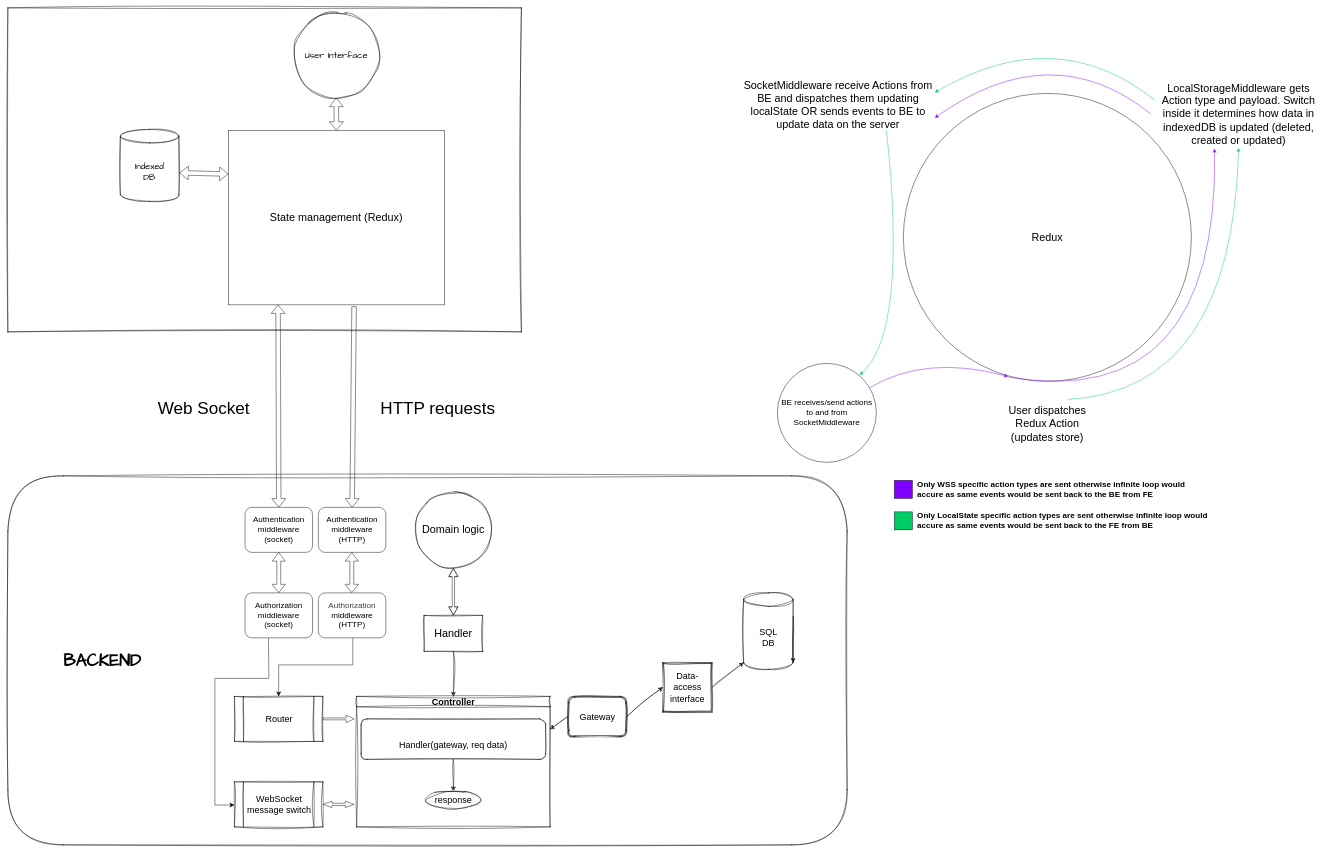
Before: structure.drawio in Jovarasleo/TaskEm, a draw.io diagram. Source tidied: cells renumbered, new cells numbered last; positions are measured from the earlier drawing's top-left corner, leaving out a move shared by most shapes. Both pictures are drawn from the tidied source at 45%, with x=0, y=0 at pixel (8, 8).
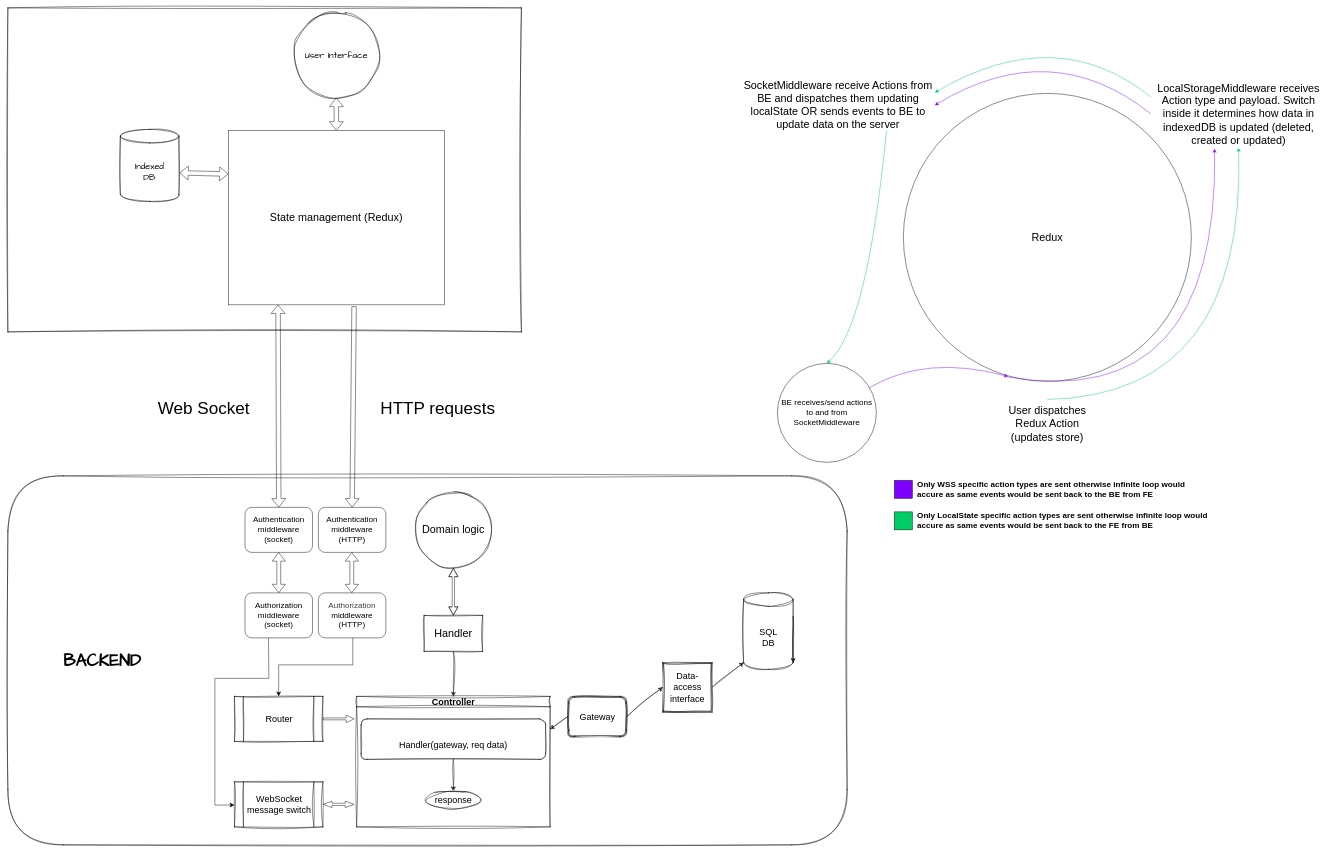
The same page after the edit.

The change refers to these unchanged cells:
```xml
<mxCell id="24" value="&lt;font style=&quot;font-size: 24px;&quot;&gt;User dispatches Redux Action (updates store)&lt;/font&gt;" style="text;html=1;align=center;verticalAlign=middle;whiteSpace=wrap;rounded=0;" parent="1" vertex="1">
  <mxGeometry x="2220" y="870.2" width="180" height="110" as="geometry" />
</mxCell>
<mxCell id="26" value="&lt;font style=&quot;font-size: 24px;&quot;&gt;SocketMiddleware receive Actions from BE and dispatches them updating localState OR sends events to BE to update data on the server&lt;/font&gt;" style="text;html=1;align=center;verticalAlign=middle;whiteSpace=wrap;rounded=0;" parent="1" vertex="1">
  <mxGeometry x="1630" y="160" width="430" height="112.4" as="geometry" />
</mxCell>
<mxCell id="27" value="&lt;font style=&quot;font-size: 18px;&quot;&gt;BE receives/send actions to and from SocketMiddleware&lt;/font&gt;" style="ellipse;whiteSpace=wrap;html=1;" parent="1" vertex="1">
  <mxGeometry x="1710" y="790" width="220" height="220" as="geometry" />
</mxCell>
```

Diff of the diagram source:
```diff
@@
-    <mxCell id="25" value="&lt;font style=&quot;font-size: 24px;&quot;&gt;LocalStorageMiddleware gets Action type and payload. Switch inside it determines how data in indexedDB is updated (deleted, created or updated)&lt;/font&gt;" style="text;html=1;align=center;verticalAlign=middle;whiteSpace=wrap;rounded=0;" parent="1" vertex="1">
+    <mxCell id="25" value="&lt;font style=&quot;font-size: 24px;&quot;&gt;LocalStorageMiddleware receives Action type and payload. Switch inside it determines how data in indexedDB is updated (deleted, created or updated)&lt;/font&gt;" style="text;html=1;align=center;verticalAlign=middle;whiteSpace=wrap;rounded=0;" parent="1" vertex="1">
       <mxGeometry x="2540" y="160" width="390" height="151.2" as="geometry" />
     </mxCell>
@@
-    <mxCell id="29" style="curved=1;endArrow=classic;html=1;entryX=0.832;entryY=0.117;entryDx=0;entryDy=0;entryPerimeter=0;fillColor=#00CC66;strokeColor=#00CC66;exitX=0.75;exitY=1;exitDx=0;exitDy=0;" parent="1" edge="1" source="26" target="27">
+    <mxCell id="29" style="curved=1;endArrow=classic;html=1;entryX=0.5;entryY=0;entryDx=0;entryDy=0;fillColor=#00CC66;strokeColor=#00CC66;exitX=0.75;exitY=1;exitDx=0;exitDy=0;" parent="1" edge="1" source="26" target="27">
       <mxGeometry relative="1" as="geometry">
         <Array as="points">
-          <mxPoint x="2000" y="720" />
+          <mxPoint x="1910" y="710" />
         </Array>
       </mxGeometry>
     </mxCell>
@@
-    <mxCell id="34" style="curved=1;endArrow=classic;html=1;exitX=0;exitY=0.5;exitDx=0;exitDy=0;entryX=1;entryY=0.75;entryDx=0;entryDy=0;strokeColor=#7F00FF;" parent="1" edge="1" source="25" target="26">
+    <mxCell id="34" style="curved=1;endArrow=classic;html=1;exitX=0;exitY=0.5;exitDx=0;exitDy=0;entryX=1;entryY=0.5;entryDx=0;entryDy=0;strokeColor=#7F00FF;" parent="1" edge="1" source="25" target="26">
       <mxGeometry relative="1" as="geometry">
         <Array as="points">
           <mxPoint x="2320" y="60" />
         </Array>
       </mxGeometry>
     </mxCell>
-    <mxCell id="35" style="curved=1;endArrow=classic;html=1;strokeColor=#00CC66;entryX=0.5;entryY=1;entryDx=0;entryDy=0;exitX=0.75;exitY=0;exitDx=0;exitDy=0;" parent="1" edge="1" source="24" target="25">
+    <mxCell id="35" style="curved=1;endArrow=classic;html=1;strokeColor=#00CC66;entryX=0.5;entryY=1;entryDx=0;entryDy=0;exitX=0.5;exitY=0;exitDx=0;exitDy=0;" parent="1" edge="1" source="24" target="25">
       <mxGeometry relative="1" as="geometry">
         <Array as="points">
-          <mxPoint x="2720" y="850" />
+          <mxPoint x="2750" y="860" />
         </Array>
       </mxGeometry>
     </mxCell>
-    <mxCell id="36" style="curved=1;endArrow=classic;html=1;exitX=0;exitY=0.5;exitDx=0;exitDy=0;entryX=1;entryY=0.25;entryDx=0;entryDy=0;strokeColor=#00CC66;" parent="1" edge="1" target="26">
+    <mxCell id="36" style="curved=1;endArrow=classic;html=1;exitX=0;exitY=0.25;exitDx=0;exitDy=0;entryX=1;entryY=0.25;entryDx=0;entryDy=0;strokeColor=#00CC66;" parent="1" edge="1" source="25" target="26">
       <mxGeometry relative="1" as="geometry">
-        <mxPoint x="2550" y="206" as="sourcePoint" />
         <Array as="points">
           <mxPoint x="2330" y="30" />
         </Array>
       </mxGeometry>
     </mxCell>
```
